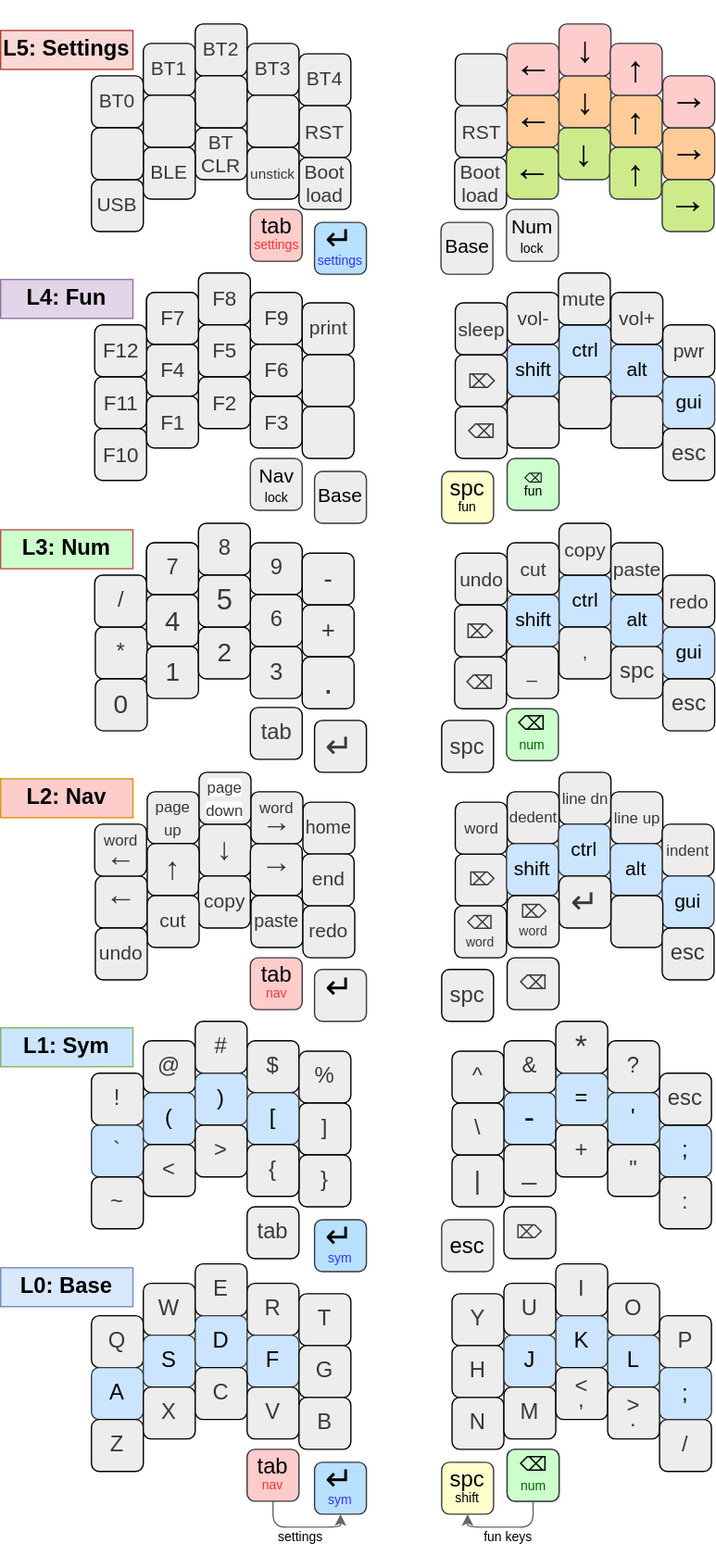
glenn20/zmk-sweep keeps this draw.io diagram as images/Keymap.drawio.svg. Above is the earlier version. Source tidied: cells renumbered, new cells last; positions are measured from the earlier drawing's top-left corner, leaving out a move shared by most shapes.
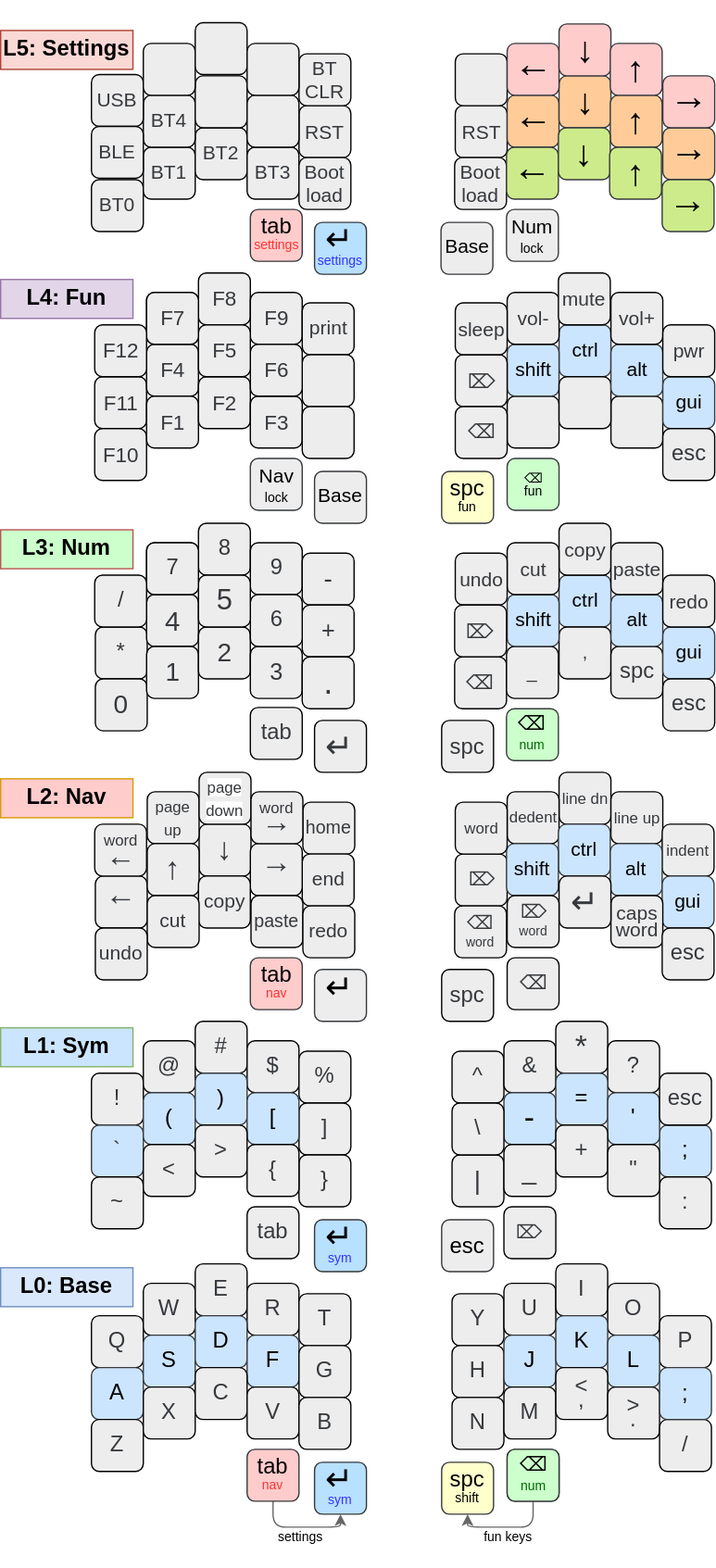
The same diagram one commit later.

What changed in the source:
```diff
@@ -263,19 +263,19 @@
       <mxGeometry x="113" y="632" width="40" height="40" as="geometry" />
     </mxCell>
     <mxCell id="87" value="&lt;font style=&quot;font-size: 15px;&quot;&gt;BT0&lt;/font&gt;" style="whiteSpace=wrap;html=1;fontSize=17;fontFamily=Helvetica;fontStyle=0;fontColor=#36393D;fillColor=#EDEDED;rounded=1;strokeColor=#000000;" parent="1" vertex="1">
-      <mxGeometry x="70" y="40" width="40" height="40" as="geometry" />
+      <mxGeometry x="70" y="120" width="40" height="40" as="geometry" />
     </mxCell>
     <mxCell id="88" value="&lt;font style=&quot;font-size: 15px;&quot;&gt;BT1&lt;/font&gt;" style="whiteSpace=wrap;html=1;fontSize=17;fontFamily=Helvetica;fontStyle=0;fontColor=#36393D;fillColor=#EDEDED;rounded=1;strokeColor=#000000;" parent="1" vertex="1">
-      <mxGeometry x="110" y="15" width="40" height="40" as="geometry" />
+      <mxGeometry x="110" y="95" width="40" height="40" as="geometry" />
     </mxCell>
     <mxCell id="89" value="&lt;font style=&quot;font-size: 15px;&quot;&gt;BT2&lt;/font&gt;" style="whiteSpace=wrap;html=1;fontSize=17;fontFamily=Helvetica;fontStyle=0;fontColor=#36393D;fillColor=#EDEDED;rounded=1;strokeColor=#000000;" parent="1" vertex="1">
-      <mxGeometry x="150" width="40" height="40" as="geometry" />
+      <mxGeometry x="150" y="80" width="40" height="40" as="geometry" />
     </mxCell>
     <mxCell id="90" value="&lt;font style=&quot;font-size: 15px;&quot;&gt;BT3&lt;/font&gt;" style="whiteSpace=wrap;html=1;fontSize=17;fontFamily=Helvetica;fontStyle=0;fontColor=#36393D;fillColor=#EDEDED;rounded=1;strokeColor=#000000;" parent="1" vertex="1">
-      <mxGeometry x="190" y="15" width="40" height="40" as="geometry" />
+      <mxGeometry x="190" y="95" width="40" height="40" as="geometry" />
     </mxCell>
     <mxCell id="91" value="&lt;font style=&quot;font-size: 15px;&quot;&gt;BT4&lt;/font&gt;" style="whiteSpace=wrap;html=1;fontSize=17;fontFamily=Helvetica;fontStyle=0;fontColor=#36393D;fillColor=#EDEDED;rounded=1;strokeColor=#000000;" parent="1" vertex="1">
-      <mxGeometry x="230" y="23" width="40" height="40" as="geometry" />
+      <mxGeometry x="110" y="55" width="40" height="40" as="geometry" />
     </mxCell>
     <mxCell id="92" value="RST" style="whiteSpace=wrap;html=1;fontSize=15;fontFamily=Helvetica;fontStyle=0;fillColor=#EDEDED;strokeColor=#000000;fontColor=#36393D;rounded=1;" parent="1" vertex="1">
       <mxGeometry x="230" y="63" width="40" height="40" as="geometry" />
@@ -284,11 +284,8 @@
       <mxGeometry x="230" y="103" width="40" height="40" as="geometry" />
     </mxCell>
     <mxCell id="94" value="&lt;font style=&quot;font-size: 15px;&quot;&gt;BT CLR&lt;/font&gt;" style="whiteSpace=wrap;html=1;fontSize=15;fontFamily=Helvetica;fontStyle=0;fontColor=#36393D;fillColor=#EDEDED;rounded=1;strokeColor=#000000;" parent="1" vertex="1">
-      <mxGeometry x="150" y="80" width="40" height="40" as="geometry" />
+      <mxGeometry x="230" y="23" width="40" height="40" as="geometry" />
     </mxCell>
-    <mxCell id="95" value="&lt;font style=&quot;font-size: 11px;&quot;&gt;unstick&lt;/font&gt;" style="whiteSpace=wrap;html=1;fontSize=17;fontFamily=Helvetica;fontStyle=0;fontColor=#36393D;fillColor=#EDEDED;rounded=1;strokeColor=#000000;" parent="1" vertex="1">
-      <mxGeometry x="190" y="95" width="40" height="40" as="geometry" />
-    </mxCell>
     <mxCell id="96" value="RST" style="whiteSpace=wrap;html=1;fontSize=15;fontFamily=Helvetica;fontStyle=0;fontColor=#36393D;fillColor=#EDEDED;rounded=1;strokeColor=#000000;" parent="1" vertex="1">
       <mxGeometry x="350.5" y="63" width="40" height="40" as="geometry" />
     </mxCell>
@@ -302,10 +299,10 @@
       <mxGeometry x="190" y="55" width="40" height="40" as="geometry" />
     </mxCell>
     <mxCell id="100" value="&lt;font style=&quot;font-size: 15px;&quot;&gt;USB&lt;/font&gt;" style="whiteSpace=wrap;html=1;fontSize=17;fontFamily=Helvetica;fontStyle=0;fillColor=#EDEDED;strokeColor=#000000;fontColor=#36393D;rounded=1;" parent="1" vertex="1">
-      <mxGeometry x="70" y="120" width="40" height="40" as="geometry" />
+      <mxGeometry x="70" y="39" width="40" height="40" as="geometry" />
     </mxCell>
     <mxCell id="101" value="&lt;font style=&quot;font-size: 15px;&quot;&gt;BLE&lt;/font&gt;" style="whiteSpace=wrap;html=1;fontSize=17;fontFamily=Helvetica;fontStyle=0;fillColor=#EDEDED;strokeColor=#000000;fontColor=#36393D;rounded=1;" parent="1" vertex="1">
-      <mxGeometry x="110" y="95" width="40" height="40" as="geometry" />
+      <mxGeometry x="70" y="79" width="40" height="40" as="geometry" />
     </mxCell>
     <mxCell id="102" style="whiteSpace=wrap;html=1;fontSize=17;fontFamily=Helvetica;fontStyle=0;fontColor=#36393D;fillColor=#EDEDED;rounded=1;strokeColor=#000000;" parent="1" vertex="1">
       <mxGeometry x="350.5" y="23" width="40" height="40" as="geometry" />
@@ -313,7 +310,7 @@
     <mxCell id="103" value="&lt;b&gt;L5: Settings&lt;/b&gt;" style="rounded=0;whiteSpace=wrap;html=1;fontFamily=Helvetica;fontSize=17;fillColor=#fad9d5;strokeColor=#ae4132;fontStyle=0;" parent="1" vertex="1">
       <mxGeometry y="5" width="102" height="30" as="geometry" />
     </mxCell>
-    <mxCell id="104" value="&lt;span style=&quot;font-size: 15px;&quot;&gt;&amp;nbsp;&lt;/span&gt;" style="whiteSpace=wrap;html=1;fontSize=17;fontFamily=Helvetica;fontStyle=0;fontColor=#36393D;fillColor=#EDEDED;rounded=1;strokeColor=#000000;" parent="1" vertex="1">
+    <mxCell id="104" value="&lt;font style=&quot;font-size: 15px;&quot;&gt;caps&lt;/font&gt;&lt;div style=&quot;line-height: 50%; font-size: 15px;&quot;&gt;&lt;font style=&quot;font-size: 15px;&quot;&gt;word&lt;/font&gt;&lt;/div&gt;" style="whiteSpace=wrap;html=1;fontSize=15;fontFamily=Helvetica;fontStyle=0;fontColor=#36393D;fillColor=#EDEDED;rounded=1;strokeColor=#000000;spacingTop=-4;" parent="1" vertex="1">
       <mxGeometry x="470.5" y="672" width="40" height="40" as="geometry" />
     </mxCell>
     <mxCell id="105" value="&lt;font style=&quot;font-size: 12px;&quot;&gt;word&lt;/font&gt;" style="whiteSpace=wrap;html=1;fontSize=17;fontFamily=Helvetica;fontStyle=0;fontColor=#36393D;fillColor=#EDEDED;rounded=1;strokeColor=#000000;" parent="1" vertex="1">
@@ -488,11 +485,8 @@
       <mxGeometry x="470.5" y="207" width="40" height="40" as="geometry" />
     </mxCell>
     <mxCell id="162" style="whiteSpace=wrap;html=1;fontSize=15;fontFamily=Helvetica;fontStyle=0;fontColor=#36393D;fillColor=#EDEDED;rounded=1;strokeColor=#000000;" parent="1" vertex="1">
-      <mxGeometry x="70" y="80" width="40" height="40" as="geometry" />
+      <mxGeometry x="110" y="15" width="40" height="40" as="geometry" />
     </mxCell>
-    <mxCell id="163" style="whiteSpace=wrap;html=1;fontSize=15;fontFamily=Helvetica;fontStyle=0;fontColor=#36393D;fillColor=#EDEDED;rounded=1;strokeColor=#000000;" parent="1" vertex="1">
-      <mxGeometry x="110" y="55" width="40" height="40" as="geometry" />
-    </mxCell>
     <mxCell id="164" value="vol-" style="whiteSpace=wrap;html=1;fontSize=15;fontFamily=Helvetica;fontStyle=0;fontColor=#36393D;fillColor=#EDEDED;rounded=1;strokeColor=#000000;" parent="1" vertex="1">
       <mxGeometry x="390.5" y="207" width="40" height="40" as="geometry" />
     </mxCell>
@@ -663,5 +657,11 @@
     <mxCell id="218" value="&lt;p style=&quot;line-height: 70%;&quot;&gt;&lt;font style=&quot;font-size: 15px;&quot;&gt;Base&lt;/font&gt;&lt;/p&gt;" style="whiteSpace=wrap;html=1;rotation=0;fontSize=17;fontFamily=Helvetica;fontStyle=0;fillColor=#EDEDED;rounded=1;strokeColor=#36393d;spacingTop=-5;" parent="1" vertex="1">
       <mxGeometry x="242" y="345" width="40" height="40" as="geometry" />
     </mxCell>
+    <mxCell id="219" style="whiteSpace=wrap;html=1;fontSize=15;fontFamily=Helvetica;fontStyle=0;fontColor=#36393D;fillColor=#EDEDED;rounded=1;strokeColor=#000000;" parent="1" vertex="1">
+      <mxGeometry x="150" y="-1" width="40" height="40" as="geometry" />
+    </mxCell>
+    <mxCell id="220" style="whiteSpace=wrap;html=1;fontSize=15;fontFamily=Helvetica;fontStyle=0;fontColor=#36393D;fillColor=#EDEDED;rounded=1;strokeColor=#000000;" parent="1" vertex="1">
+      <mxGeometry x="190" y="15" width="40" height="40" as="geometry" />
+    </mxCell>
   </root>
 </mxGraphModel>
```
